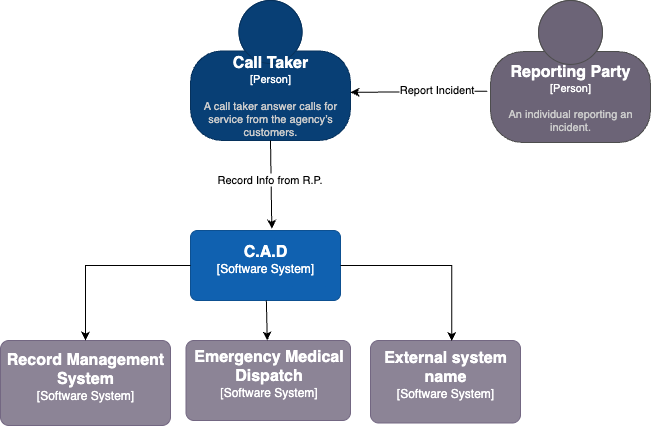
aedenj/cad-system-design keeps this draw.io diagram as cad-system-context.drawio.png. Above is the earlier version. Source tidied: cells renumbered, new cells last; positions are measured from the earlier drawing's top-left corner, leaving out a move shared by most shapes.
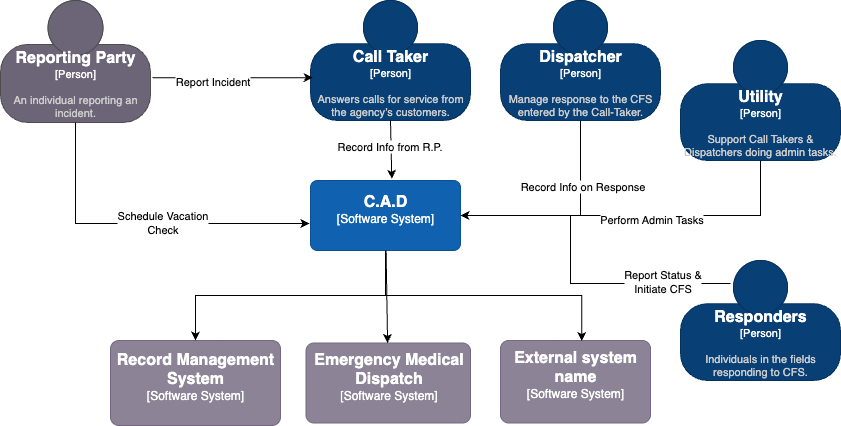
The same file after the commit.

The edit, as a diff of the source:
```diff
@@ -2,14 +2,14 @@
   <root>
     <mxCell id="0" />
     <mxCell id="1" parent="0" />
-    <object id="2" label="&lt;font style=&quot;font-size: 16px&quot;&gt;&lt;b&gt;%c4Name%&lt;/b&gt;&lt;/font&gt;&lt;div&gt;[%c4Type%]&lt;/div&gt;&lt;br&gt;&lt;div&gt;&lt;font style=&quot;font-size: 11px&quot;&gt;&lt;font color=&quot;#cccccc&quot;&gt;%c4Description%&lt;/font&gt;&lt;/div&gt;" c4Description="A call taker answer calls for service from the agency’s customers." c4Name="Call Taker" c4Type="Person" placeholders="1">
+    <object id="2" label="&lt;font style=&quot;font-size: 16px&quot;&gt;&lt;b&gt;%c4Name%&lt;/b&gt;&lt;/font&gt;&lt;div&gt;[%c4Type%]&lt;/div&gt;&lt;br&gt;&lt;div&gt;&lt;font style=&quot;font-size: 11px&quot;&gt;&lt;font color=&quot;#cccccc&quot;&gt;%c4Description%&lt;/font&gt;&lt;/div&gt;" c4Description="Answers calls for service from the agency’s customers." c4Name="Call Taker" c4Type="Person" placeholders="1">
       <mxCell style="html=1;fontSize=11;dashed=0;whiteSpace=wrap;fillColor=#083F75;strokeColor=#06315C;fontColor=#ffffff;shape=mxgraph.c4.person2;align=center;points=[[0.5,0,0],[1,0.5,0],[1,0.75,0],[0.75,1,0],[0.5,1,0],[0.25,1,0],[0,0.75,0],[0,0.5,0]];" parent="1" vertex="1">
-        <mxGeometry x="190" width="160" height="140" as="geometry" />
+        <mxGeometry x="190" y="20" width="160" height="120" as="geometry" />
       </mxCell>
     </object>
     <object id="3" label="&lt;font style=&quot;font-size: 16px&quot;&gt;&lt;b&gt;%c4Name%&lt;/b&gt;&lt;/font&gt;&lt;div&gt;[%c4Type%]&lt;/div&gt;&lt;br&gt;&lt;div&gt;&lt;font style=&quot;font-size: 11px&quot;&gt;&lt;font color=&quot;#cccccc&quot;&gt;%c4Description%&lt;/font&gt;&lt;/div&gt;" c4Description="" c4Name="C.A.D" c4Type="Software System" placeholders="1">
       <mxCell style="rounded=1;whiteSpace=wrap;html=1;labelBackgroundColor=none;fillColor=#1061B0;fontColor=#ffffff;align=center;arcSize=10;strokeColor=#0D5091;points=[[0.25,0,0],[0.5,0,0],[0.75,0,0],[1,0.25,0],[1,0.5,0],[1,0.75,0],[0.75,1,0],[0.5,1,0],[0.25,1,0],[0,0.75,0],[0,0.5,0],[0,0.25,0]];" parent="1" vertex="1">
-        <mxGeometry x="190" y="230" width="150" height="70" as="geometry" />
+        <mxGeometry x="190" y="200" width="150" height="70" as="geometry" />
       </mxCell>
     </object>
     <mxCell id="4" style="rounded=0;jettySize=auto;html=1;exitX=0.5;exitY=1;exitDx=0;exitDy=0;exitPerimeter=0;entryX=0.542;entryY=-0.025;entryDx=0;entryDy=0;entryPerimeter=0;" parent="1" edge="1" source="2" target="3">
@@ -20,7 +20,7 @@
         <mxPoint y="1" as="offset" />
       </mxGeometry>
     </mxCell>
-    <mxCell id="6" style="rounded=0;jettySize=auto;html=1;entryX=1;entryY=0.656;entryDx=0;entryDy=0;entryPerimeter=0;exitX=-0.02;exitY=0.639;exitDx=0;exitDy=0;exitPerimeter=0;" parent="1" edge="1" source="8" target="2">
+    <mxCell id="6" style="rounded=0;jettySize=auto;html=1;exitX=1.013;exitY=0.634;exitDx=0;exitDy=0;exitPerimeter=0;entryX=0.013;entryY=0.643;entryDx=0;entryDy=0;entryPerimeter=0;" parent="1" edge="1" source="8" target="2">
       <mxGeometry relative="1" as="geometry" />
     </mxCell>
     <mxCell id="7" value="Report Incident" style="edgeLabel;html=1;align=center;verticalAlign=middle;" parent="6" vertex="1">
@@ -28,20 +28,20 @@
     </mxCell>
     <object id="8" label="&lt;font style=&quot;font-size: 16px&quot;&gt;&lt;b&gt;%c4Name%&lt;/b&gt;&lt;/font&gt;&lt;div&gt;[%c4Type%]&lt;/div&gt;&lt;br&gt;&lt;div&gt;&lt;font style=&quot;font-size: 11px&quot;&gt;&lt;font color=&quot;#cccccc&quot;&gt;%c4Description%&lt;/font&gt;&lt;/div&gt;" c4Description="An individual reporting an incident. " c4Name="Reporting Party" c4Type="Person" placeholders="1">
       <mxCell style="html=1;fontSize=11;dashed=0;whiteSpace=wrap;fillColor=#6C6477;strokeColor=#4D4D4D;fontColor=#ffffff;shape=mxgraph.c4.person2;align=center;points=[[0.5,0,0],[1,0.5,0],[1,0.75,0],[0.75,1,0],[0.5,1,0],[0.25,1,0],[0,0.75,0],[0,0.5,0]];" parent="1" vertex="1">
-        <mxGeometry x="490" width="160" height="142" as="geometry" />
+        <mxGeometry x="-120" y="20" width="150" height="122" as="geometry" />
       </mxCell>
     </object>
     <object id="9" label="&lt;font style=&quot;font-size: 16px&quot;&gt;&lt;b&gt;%c4Name%&lt;/b&gt;&lt;/font&gt;&lt;div&gt;[%c4Type%]&lt;/div&gt;&lt;br&gt;&lt;div&gt;&lt;font style=&quot;font-size: 11px&quot;&gt;&lt;font color=&quot;#cccccc&quot;&gt;%c4Description%&lt;/font&gt;&lt;/div&gt;" c4Description="" c4Name="Record Management System" c4Type="Software System" placeholders="1">
       <mxCell style="rounded=1;whiteSpace=wrap;html=1;labelBackgroundColor=none;fillColor=#8C8496;fontColor=#ffffff;align=center;arcSize=10;strokeColor=#736782;points=[[0.25,0,0],[0.5,0,0],[0.75,0,0],[1,0.25,0],[1,0.5,0],[1,0.75,0],[0.75,1,0],[0.5,1,0],[0.25,1,0],[0,0.75,0],[0,0.5,0],[0,0.25,0]];" parent="1" vertex="1">
-        <mxGeometry y="340" width="170" height="85" as="geometry" />
+        <mxGeometry x="-10" y="360" width="170" height="85" as="geometry" />
       </mxCell>
     </object>
-    <mxCell id="10" style="edgeStyle=orthogonalEdgeStyle;rounded=0;jettySize=auto;html=1;exitX=0;exitY=0.5;exitDx=0;exitDy=0;exitPerimeter=0;" parent="1" edge="1" source="3" target="9">
+    <mxCell id="10" style="edgeStyle=orthogonalEdgeStyle;rounded=0;jettySize=auto;html=1;exitX=0.5;exitY=1;exitDx=0;exitDy=0;exitPerimeter=0;" parent="1" edge="1" source="3" target="9">
       <mxGeometry relative="1" as="geometry" />
     </mxCell>
     <object id="11" label="&lt;font style=&quot;font-size: 16px&quot;&gt;&lt;b&gt;%c4Name%&lt;/b&gt;&lt;/font&gt;&lt;div&gt;[%c4Type%]&lt;/div&gt;&lt;br&gt;&lt;div&gt;&lt;font style=&quot;font-size: 11px&quot;&gt;&lt;font color=&quot;#cccccc&quot;&gt;%c4Description%&lt;/font&gt;&lt;/div&gt;" c4Description="" c4Name="Emergency Medical Dispatch" c4Type="Software System" placeholders="1">
       <mxCell style="rounded=1;whiteSpace=wrap;html=1;labelBackgroundColor=none;fillColor=#8C8496;fontColor=#ffffff;align=center;arcSize=10;strokeColor=#736782;points=[[0.25,0,0],[0.5,0,0],[0.75,0,0],[1,0.25,0],[1,0.5,0],[1,0.75,0],[0.75,1,0],[0.5,1,0],[0.25,1,0],[0,0.75,0],[0,0.5,0],[0,0.25,0]];" parent="1" vertex="1">
-        <mxGeometry x="185.5" y="340" width="164.5" height="80" as="geometry" />
+        <mxGeometry x="185.5" y="362.5" width="164.5" height="80" as="geometry" />
       </mxCell>
     </object>
     <mxCell id="12" style="rounded=0;jettySize=auto;html=1;" parent="1" edge="1" source="3" target="11">
@@ -49,11 +49,50 @@
     </mxCell>
     <object id="13" label="&lt;font style=&quot;font-size: 16px&quot;&gt;&lt;b&gt;%c4Name%&lt;/b&gt;&lt;/font&gt;&lt;div&gt;[%c4Type%]&lt;/div&gt;&lt;br&gt;&lt;div&gt;&lt;font style=&quot;font-size: 11px&quot;&gt;&lt;font color=&quot;#cccccc&quot;&gt;%c4Description%&lt;/font&gt;&lt;/div&gt;" c4Description="" c4Name="External system name" c4Type="Software System" placeholders="1">
       <mxCell style="rounded=1;whiteSpace=wrap;html=1;labelBackgroundColor=none;fillColor=#8C8496;fontColor=#ffffff;align=center;arcSize=10;strokeColor=#736782;points=[[0.25,0,0],[0.5,0,0],[0.75,0,0],[1,0.25,0],[1,0.5,0],[1,0.75,0],[0.75,1,0],[0.5,1,0],[0.25,1,0],[0,0.75,0],[0,0.5,0],[0,0.25,0]];" parent="1" vertex="1">
-        <mxGeometry x="370" y="340" width="150" height="82.5" as="geometry" />
+        <mxGeometry x="380" y="360" width="150" height="82.5" as="geometry" />
       </mxCell>
     </object>
-    <mxCell id="14" style="edgeStyle=orthogonalEdgeStyle;rounded=0;jettySize=auto;html=1;exitX=1;exitY=0.5;exitDx=0;exitDy=0;exitPerimeter=0;entryX=0.542;entryY=0.008;entryDx=0;entryDy=0;entryPerimeter=0;" parent="1" edge="1" source="3" target="13">
+    <mxCell id="14" style="edgeStyle=orthogonalEdgeStyle;rounded=0;jettySize=auto;html=1;exitX=0.5;exitY=1;exitDx=0;exitDy=0;exitPerimeter=0;entryX=0.542;entryY=0.008;entryDx=0;entryDy=0;entryPerimeter=0;" parent="1" edge="1" source="3" target="13">
       <mxGeometry relative="1" as="geometry" />
     </mxCell>
+    <object id="15" label="&lt;font style=&quot;font-size: 16px&quot;&gt;&lt;b&gt;%c4Name%&lt;/b&gt;&lt;/font&gt;&lt;div&gt;[%c4Type%]&lt;/div&gt;&lt;br&gt;&lt;div&gt;&lt;font style=&quot;font-size: 11px&quot;&gt;&lt;font color=&quot;#cccccc&quot;&gt;%c4Description%&lt;/font&gt;&lt;/div&gt;" c4Description="Manage response to the CFS entered by the Call-Taker." c4Name="Dispatcher" c4Type="Person" placeholders="1">
+      <mxCell style="html=1;fontSize=11;dashed=0;whiteSpace=wrap;fillColor=#083F75;strokeColor=#06315C;fontColor=#ffffff;shape=mxgraph.c4.person2;align=center;points=[[0.5,0,0],[1,0.5,0],[1,0.75,0],[0.75,1,0],[0.5,1,0],[0.25,1,0],[0,0.75,0],[0,0.5,0]];" parent="1" vertex="1">
+        <mxGeometry x="380" y="20" width="160" height="120" as="geometry" />
+      </mxCell>
+    </object>
+    <mxCell id="16" style="edgeStyle=orthogonalEdgeStyle;rounded=0;jettySize=auto;html=1;entryX=1;entryY=0.5;entryDx=0;entryDy=0;entryPerimeter=0;exitX=0.5;exitY=1;exitDx=0;exitDy=0;exitPerimeter=0;" parent="1" edge="1" source="15" target="3">
+      <mxGeometry relative="1" as="geometry" />
+    </mxCell>
+    <mxCell id="17" value="Record Info on Response" style="edgeLabel;html=1;align=center;verticalAlign=middle;" parent="16" vertex="1">
+      <mxGeometry x="-0.4" y="1" relative="1" as="geometry" />
+    </mxCell>
+    <mxCell id="18" style="edgeStyle=orthogonalEdgeStyle;rounded=0;jettySize=auto;html=1;entryX=-0.007;entryY=0.614;entryDx=0;entryDy=0;entryPerimeter=0;exitX=0.5;exitY=1;exitDx=0;exitDy=0;exitPerimeter=0;" parent="1" edge="1" source="8" target="3">
+      <mxGeometry relative="1" as="geometry" />
+    </mxCell>
+    <mxCell id="19" value="Schedule Vacation&lt;br&gt;Check" style="edgeLabel;html=1;align=center;verticalAlign=middle;" parent="18" vertex="1">
+      <mxGeometry x="0.12" y="1" relative="1" as="geometry" />
+    </mxCell>
+    <object id="20" label="&lt;font style=&quot;font-size: 16px&quot;&gt;&lt;b&gt;%c4Name%&lt;/b&gt;&lt;/font&gt;&lt;div&gt;[%c4Type%]&lt;/div&gt;&lt;br&gt;&lt;div&gt;&lt;font style=&quot;font-size: 11px&quot;&gt;&lt;font color=&quot;#cccccc&quot;&gt;%c4Description%&lt;/font&gt;&lt;/div&gt;" c4Description="Support Call Takers &amp; Dispatchers doing admin tasks. " c4Name="Utility" c4Type="Person" placeholders="1">
+      <mxCell style="html=1;fontSize=11;dashed=0;whiteSpace=wrap;fillColor=#083F75;strokeColor=#06315C;fontColor=#ffffff;shape=mxgraph.c4.person2;align=center;points=[[0.5,0,0],[1,0.5,0],[1,0.75,0],[0.75,1,0],[0.5,1,0],[0.25,1,0],[0,0.75,0],[0,0.5,0]];" parent="1" vertex="1">
+        <mxGeometry x="560" y="60" width="160" height="120" as="geometry" />
+      </mxCell>
+    </object>
+    <object id="21" label="&lt;font style=&quot;font-size: 16px&quot;&gt;&lt;b&gt;%c4Name%&lt;/b&gt;&lt;/font&gt;&lt;div&gt;[%c4Type%]&lt;/div&gt;&lt;br&gt;&lt;div&gt;&lt;font style=&quot;font-size: 11px&quot;&gt;&lt;font color=&quot;#cccccc&quot;&gt;%c4Description%&lt;/font&gt;&lt;/div&gt;" c4Description="Individuals in the fields responding to CFS." c4Name="Responders" c4Type="Person" placeholders="1">
+      <mxCell style="html=1;fontSize=11;dashed=0;whiteSpace=wrap;fillColor=#083F75;strokeColor=#06315C;fontColor=#ffffff;shape=mxgraph.c4.person2;align=center;points=[[0.5,0,0],[1,0.5,0],[1,0.75,0],[0.75,1,0],[0.5,1,0],[0.25,1,0],[0,0.75,0],[0,0.5,0]];" parent="1" vertex="1">
+        <mxGeometry x="560" y="280" width="160" height="120" as="geometry" />
+      </mxCell>
+    </object>
+    <mxCell id="22" style="edgeStyle=orthogonalEdgeStyle;rounded=0;jettySize=auto;html=1;entryX=1;entryY=0.5;entryDx=0;entryDy=0;entryPerimeter=0;exitX=0.5;exitY=1;exitDx=0;exitDy=0;exitPerimeter=0;" parent="1" edge="1" source="20" target="3">
+      <mxGeometry relative="1" as="geometry" />
+    </mxCell>
+    <mxCell id="23" value="Perform Admin Tasks" style="edgeLabel;html=1;align=center;verticalAlign=middle;" parent="22" vertex="1">
+      <mxGeometry x="-0.07" y="3" relative="1" as="geometry" />
+    </mxCell>
+    <mxCell id="24" style="edgeStyle=orthogonalEdgeStyle;rounded=0;jettySize=auto;html=1;entryX=1;entryY=0.5;entryDx=0;entryDy=0;entryPerimeter=0;exitX=0.313;exitY=0.192;exitDx=0;exitDy=0;exitPerimeter=0;" parent="1" edge="1" source="21" target="3">
+      <mxGeometry relative="1" as="geometry" />
+    </mxCell>
+    <mxCell id="25" value="Report Status &amp;amp;&lt;br&gt;Initiate CFS" style="edgeLabel;html=1;align=center;verticalAlign=middle;" parent="24" vertex="1">
+      <mxGeometry x="-0.59" y="-3" relative="1" as="geometry" />
+    </mxCell>
   </root>
 </mxGraphModel>
```
